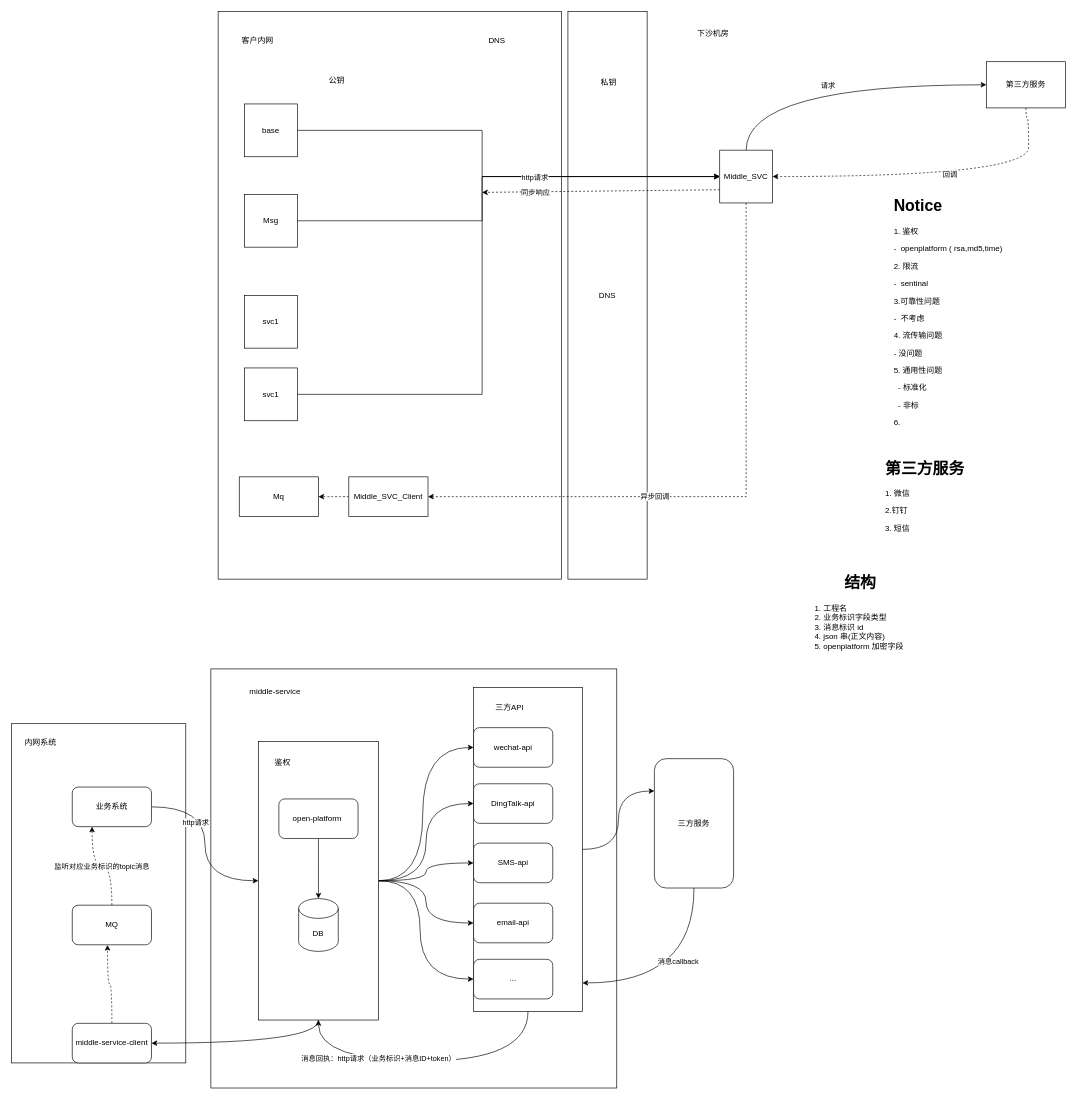
Above: ah-security/src/main/java/com/zhansc/ahsecurity/mss/message消息网关.drawio in zhansc/worksheet (draw.io), before the change. Source tidied: cells renumbered, new cells numbered last; positions are measured from the earlier drawing's top-left corner, leaving out a move shared by most shapes. Both pictures are drawn from the tidied source at 66%, with x=0, y=0 at pixel (11, 11).
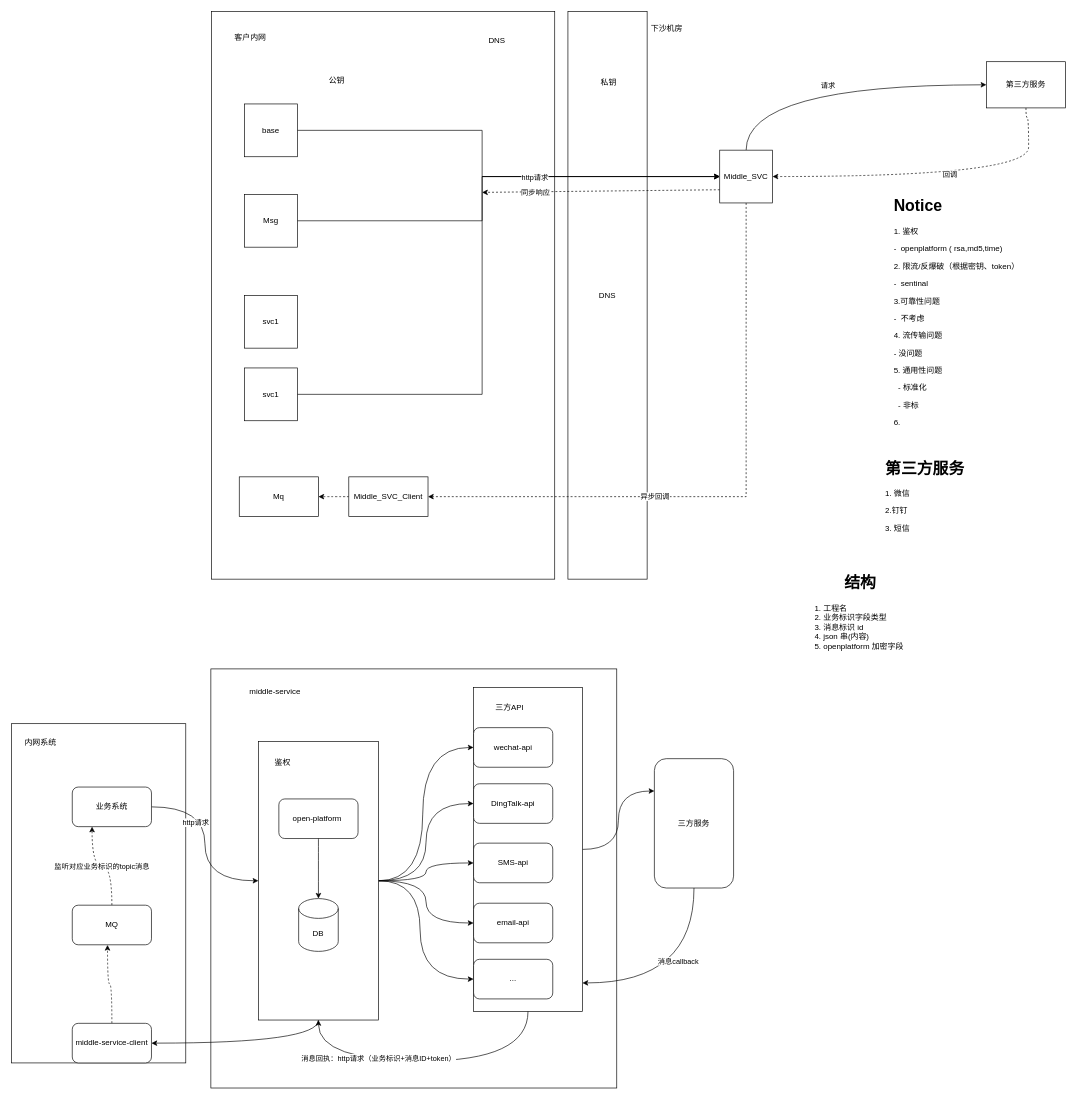
After the change.

The edit, as a diff of the source:
```diff
@@
     <mxCell id="14" style="rounded=0;whiteSpace=wrap;html=1;" parent="1" vertex="1">
-      <mxGeometry x="313" width="520" height="860" as="geometry" />
+      <mxGeometry x="303" width="520" height="860" as="geometry" />
     </mxCell>
@@
-    <mxCell id="24" value="客户内网" style="text;strokeColor=none;fillColor=none;spacingLeft=4;spacingRight=4;overflow=hidden;fontSize=12;" parent="1" vertex="1">
-      <mxGeometry x="343" y="30" width="70" height="30" as="geometry" />
-    </mxCell>
-    <mxCell id="25" value="下沙机房" style="text;strokeColor=none;fillColor=none;spacingLeft=4;spacingRight=4;overflow=hidden;fontSize=12;" parent="1" vertex="1">
-      <mxGeometry x="1033" y="20" width="70" height="30" as="geometry" />
-    </mxCell>
@@
-    <mxCell id="36" value="&lt;h1&gt;Notice&lt;/h1&gt;&lt;p&gt;1. 鉴权&lt;/p&gt;&lt;p&gt;-&amp;nbsp; openplatform ( rsa,md5,time)&lt;/p&gt;&lt;p&gt;2. 限流&lt;/p&gt;&lt;p&gt;-&amp;nbsp; sentinal&lt;/p&gt;&lt;p&gt;3.可靠性问题&lt;/p&gt;&lt;p&gt;-&amp;nbsp; 不考虑&lt;/p&gt;&lt;p&gt;4. 流传输问题&lt;/p&gt;&lt;p&gt;- 没问题&lt;/p&gt;&lt;p&gt;5. 通用性问题&lt;/p&gt;&lt;p&gt;&amp;nbsp; - 标准化&lt;/p&gt;&lt;p&gt;&amp;nbsp; - 非标&lt;/p&gt;&lt;p&gt;6.&lt;/p&gt;&lt;p&gt;&lt;br&gt;&lt;/p&gt;" style="text;html=1;strokeColor=none;fillColor=none;spacing=5;spacingTop=-20;whiteSpace=wrap;overflow=hidden;rounded=0;" parent="1" vertex="1">
+    <mxCell id="36" value="&lt;h1&gt;Notice&lt;/h1&gt;&lt;p&gt;1. 鉴权&lt;/p&gt;&lt;p&gt;-&amp;nbsp; openplatform ( rsa,md5,time)&lt;/p&gt;&lt;p&gt;2. 限流/反爆破（根据密钥、token）&lt;/p&gt;&lt;p&gt;-&amp;nbsp; sentinal&lt;/p&gt;&lt;p&gt;3.可靠性问题&lt;/p&gt;&lt;p&gt;-&amp;nbsp; 不考虑&lt;/p&gt;&lt;p&gt;4. 流传输问题&lt;/p&gt;&lt;p&gt;- 没问题&lt;/p&gt;&lt;p&gt;5. 通用性问题&lt;/p&gt;&lt;p&gt;&amp;nbsp; - 标准化&lt;/p&gt;&lt;p&gt;&amp;nbsp; - 非标&lt;/p&gt;&lt;p&gt;6.&lt;/p&gt;&lt;p&gt;&lt;br&gt;&lt;/p&gt;" style="text;html=1;strokeColor=none;fillColor=none;spacing=5;spacingTop=-20;whiteSpace=wrap;overflow=hidden;rounded=0;" parent="1" vertex="1">
       <mxGeometry x="1332" y="275" width="238" height="376" as="geometry" />
     </mxCell>
@@
-    <mxCell id="43" value="&lt;h1 style=&quot;text-align: center;&quot;&gt;结构&lt;/h1&gt;&lt;h1&gt;&lt;div style=&quot;font-size: 12px; font-weight: 400;&quot;&gt;1. 工程名&lt;/div&gt;&lt;div style=&quot;font-size: 12px; font-weight: 400;&quot;&gt;&lt;span style=&quot;background-color: initial;&quot;&gt;2. 业务标识字段类型&lt;/span&gt;&lt;/div&gt;&lt;div style=&quot;font-size: 12px; font-weight: 400;&quot;&gt;&lt;span style=&quot;background-color: initial;&quot;&gt;3. 消息标识 id&amp;nbsp; &amp;nbsp; &amp;nbsp;&amp;nbsp;&lt;/span&gt;&lt;/div&gt;&lt;div style=&quot;font-size: 12px; font-weight: 400;&quot;&gt;&lt;span style=&quot;background-color: initial;&quot;&gt;4. json 串(正文内容)&lt;/span&gt;&lt;/div&gt;&lt;div style=&quot;font-size: 12px; font-weight: 400;&quot;&gt;&lt;span style=&quot;background-color: initial;&quot;&gt;5. openplatform 加密字段&amp;nbsp;&lt;/span&gt;&lt;/div&gt;&lt;/h1&gt;" style="text;html=1;strokeColor=none;fillColor=none;spacing=5;spacingTop=-20;whiteSpace=wrap;overflow=hidden;rounded=0;" parent="1" vertex="1">
+    <mxCell id="43" value="&lt;h1 style=&quot;text-align: center;&quot;&gt;结构&lt;/h1&gt;&lt;h1&gt;&lt;div style=&quot;font-size: 12px; font-weight: 400;&quot;&gt;1. 工程名&lt;/div&gt;&lt;div style=&quot;font-size: 12px; font-weight: 400;&quot;&gt;&lt;span style=&quot;background-color: initial; --darkreader-inline-bgcolor: initial;&quot;&gt;2. 业务标识字段类型&lt;/span&gt;&lt;/div&gt;&lt;div style=&quot;font-size: 12px; font-weight: 400;&quot;&gt;&lt;span style=&quot;background-color: initial; --darkreader-inline-bgcolor: initial;&quot;&gt;3. 消息标识 id&amp;nbsp; &amp;nbsp; &amp;nbsp;&amp;nbsp;&lt;/span&gt;&lt;/div&gt;&lt;div style=&quot;font-size: 12px; font-weight: 400;&quot;&gt;&lt;span style=&quot;background-color: initial; --darkreader-inline-bgcolor: initial;&quot;&gt;4. json 串(内容)&lt;/span&gt;&lt;/div&gt;&lt;div style=&quot;font-size: 12px; font-weight: 400;&quot;&gt;&lt;span style=&quot;background-color: initial; --darkreader-inline-bgcolor: initial;&quot;&gt;5. openplatform 加密字段&amp;nbsp;&lt;/span&gt;&lt;/div&gt;&lt;/h1&gt;" style="text;html=1;strokeColor=none;fillColor=none;spacing=5;spacingTop=-20;whiteSpace=wrap;overflow=hidden;rounded=0;" parent="1" vertex="1">
       <mxGeometry x="1212" y="846" width="271" height="158" as="geometry" />
     </mxCell>
@@
+    <mxCell id="24" value="客户内网" style="text;html=1;strokeColor=none;fillColor=none;align=center;verticalAlign=middle;whiteSpace=wrap;rounded=0;" parent="1" vertex="1">
+      <mxGeometry x="332" y="24" width="60" height="30" as="geometry" />
+    </mxCell>
+    <mxCell id="25" value="下沙机房" style="text;html=1;strokeColor=none;fillColor=none;align=center;verticalAlign=middle;whiteSpace=wrap;rounded=0;" parent="1" vertex="1">
+      <mxGeometry x="963" y="11" width="60" height="30" as="geometry" />
+    </mxCell>
```
